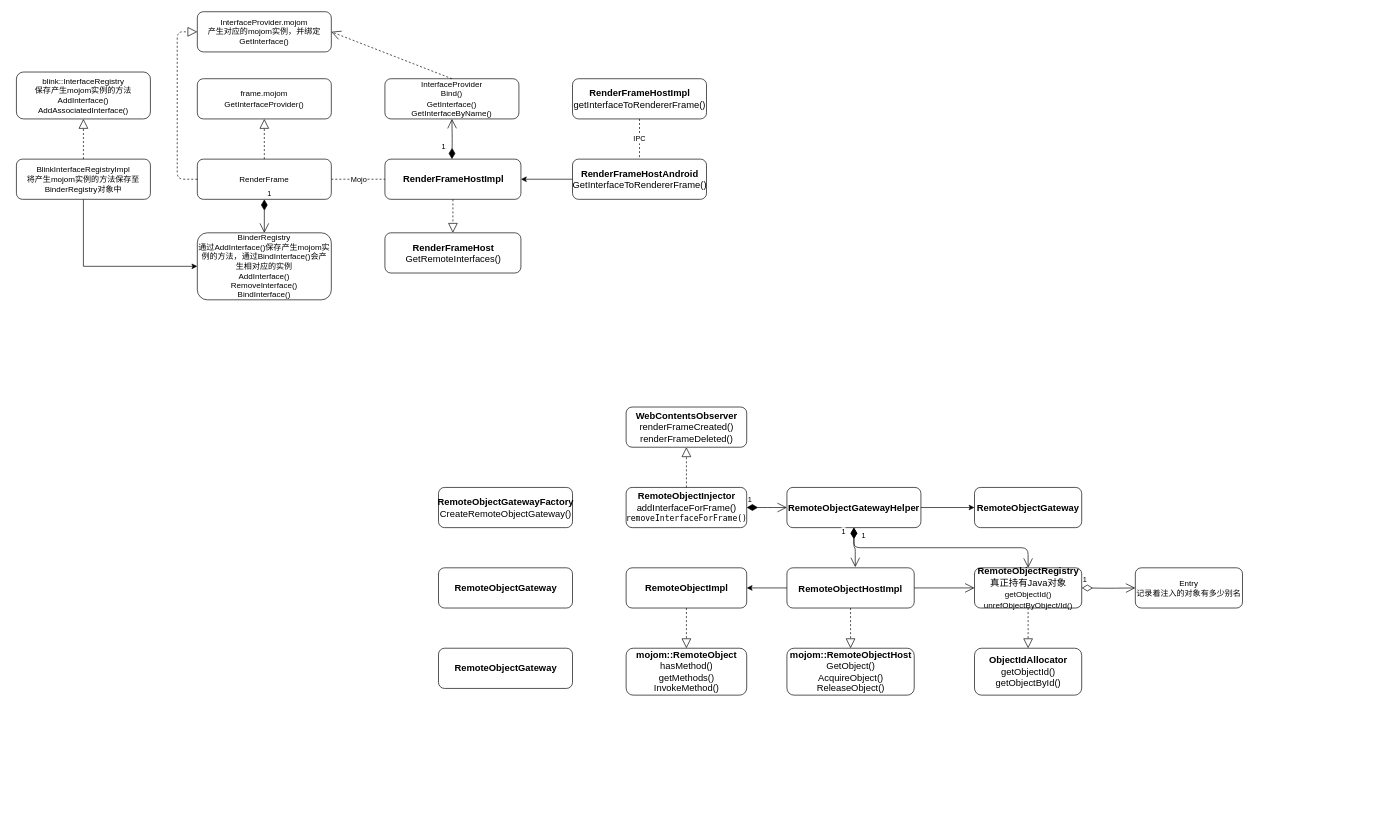
YuWeiCong/draw.io keeps this draw.io diagram as page "第 1 页" (1 of 15) of chromium/AddJavascriptInterface.drawio. Above is the earlier version. Source tidied: cells renumbered, new cells numbered last; positions are measured from the earlier drawing's top-left corner, leaving out a move shared by most shapes. Both pictures are drawn from the tidied source at 67%, with x=0, y=0 at pixel (16, 11).
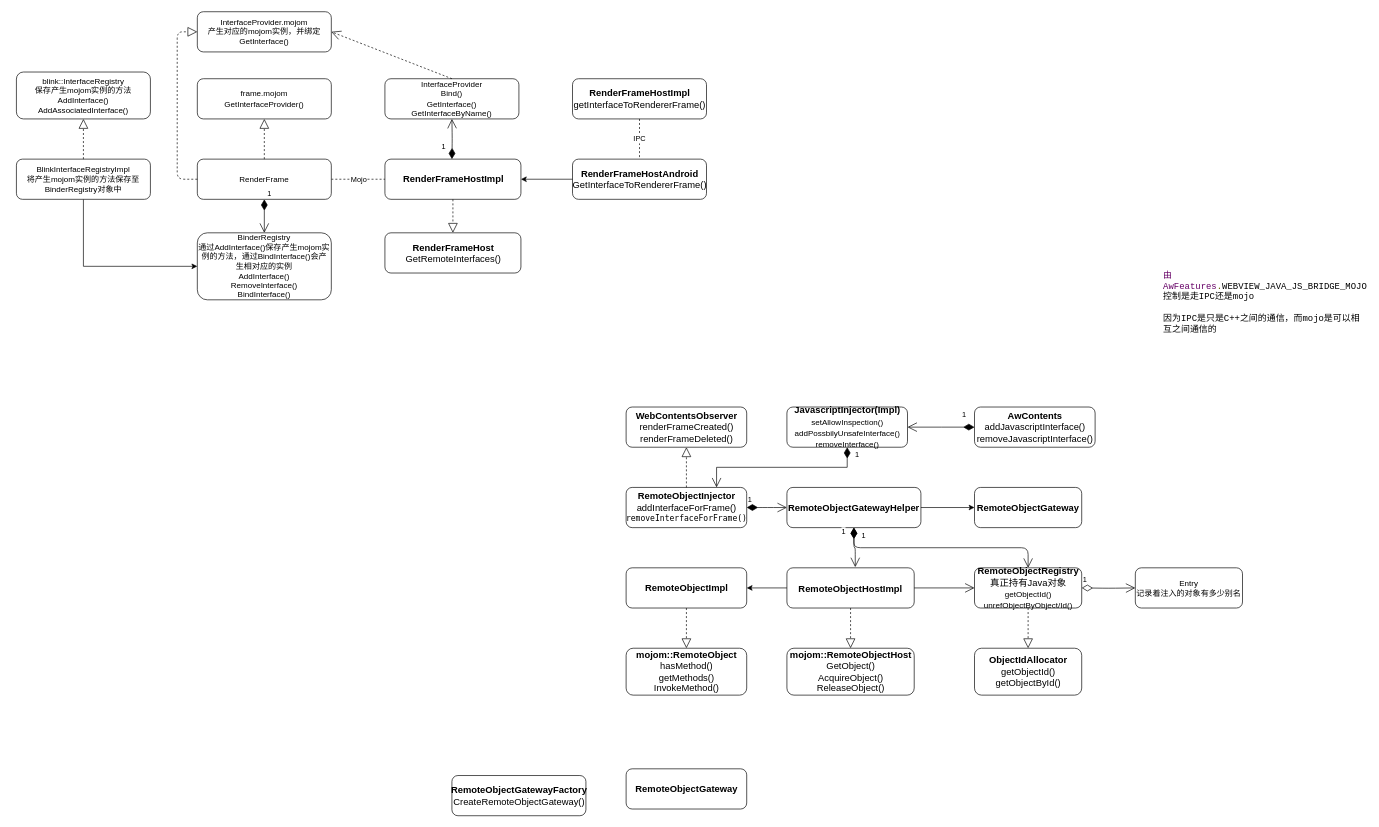
Above is the later version.

Unchanged cells that the change refers to:
```xml
<mxCell id="8" value="RemoteObjectInjector&lt;br&gt;&lt;span style=&quot;font-weight: normal&quot;&gt;addInterfaceForFrame()&lt;/span&gt;&lt;br&gt;&lt;div&gt;&lt;div style=&quot;font-family: &amp;#34;menlo&amp;#34; , &amp;#34;monaco&amp;#34; , &amp;#34;courier new&amp;#34; , monospace ; font-weight: normal ; font-size: 12px ; line-height: 18px&quot;&gt;removeInterfaceForFrame()&lt;/div&gt;&lt;/div&gt;" style="rounded=1;sketch=0;strokeWidth=1;fillColor=none;fontSize=14;labelBackgroundColor=none;fontStyle=1;html=1;" parent="1" vertex="1">
  <mxGeometry x="910" y="710" width="180" height="60" as="geometry" />
</mxCell>
```

Diff of the diagram source:
```diff
@@
     <mxCell id="49" value="RemoteObjectGatewayFactory&lt;br&gt;&lt;span style=&quot;font-weight: normal&quot;&gt;CreateRemoteObjectGateway()&lt;/span&gt;" style="rounded=1;sketch=0;strokeWidth=1;fillColor=none;fontSize=14;labelBackgroundColor=none;fontStyle=1;html=1;" parent="1" vertex="1">
-      <mxGeometry x="630" y="710" width="200" height="60" as="geometry" />
+      <mxGeometry x="650" y="1140" width="200" height="60" as="geometry" />
     </mxCell>
     <mxCell id="50" value="RemoteObjectGateway" style="rounded=1;sketch=0;strokeWidth=1;fillColor=none;fontSize=14;labelBackgroundColor=none;fontStyle=1;html=1;" parent="1" vertex="1">
-      <mxGeometry x="630" y="830" width="200" height="60" as="geometry" />
+      <mxGeometry x="910" y="1130" width="180" height="60" as="geometry" />
     </mxCell>
-    <mxCell id="51" value="RemoteObjectGateway" style="rounded=1;sketch=0;strokeWidth=1;fillColor=none;fontSize=14;labelBackgroundColor=none;fontStyle=1;html=1;" parent="1" vertex="1">
-      <mxGeometry x="630" y="950" width="200" height="60" as="geometry" />
-    </mxCell>
+    <mxCell id="52" value="&lt;span class=&quot;typ&quot; style=&quot;box-sizing: border-box ; margin: 0px ; padding: 0px ; color: rgb(102 , 0 , 102) ; font-family: &amp;#34;source code pro&amp;#34; , monospace ; font-size: 13.3333px ; font-style: normal ; font-weight: 400 ; letter-spacing: normal ; text-indent: 0px ; text-transform: none ; word-spacing: 0px ; background-color: rgb(255 , 255 , 255)&quot;&gt;由AwFeatures&lt;/span&gt;&lt;span class=&quot;pun&quot; style=&quot;box-sizing: border-box ; margin: 0px ; padding: 0px ; color: rgb(102 , 102 , 0) ; font-family: &amp;#34;source code pro&amp;#34; , monospace ; font-size: 13.3333px ; font-style: normal ; font-weight: 400 ; letter-spacing: normal ; text-indent: 0px ; text-transform: none ; word-spacing: 0px ; background-color: rgb(255 , 255 , 255)&quot;&gt;.&lt;/span&gt;&lt;span class=&quot;pln&quot; style=&quot;box-sizing: border-box ; margin: 0px ; padding: 0px ; color: rgb(0 , 0 , 0) ; font-family: &amp;#34;source code pro&amp;#34; , monospace ; font-size: 13.3333px ; font-style: normal ; font-weight: 400 ; letter-spacing: normal ; text-indent: 0px ; text-transform: none ; word-spacing: 0px ; background-color: rgb(255 , 255 , 255)&quot;&gt;WEBVIEW_JAVA_JS_BRIDGE_MOJO控制是走IPC还是mojo&lt;br&gt;&lt;br&gt;因为IPC是只是C++之间的通信，而mojo是可以相互之间通信的&lt;br&gt;&lt;/span&gt;" style="text;whiteSpace=wrap;html=1;" parent="1" vertex="1">
+      <mxGeometry x="1710" y="380" width="290" height="30" as="geometry" />
+    </mxCell>
+    <mxCell id="53" value="&lt;font style=&quot;font-weight: 400&quot;&gt;&lt;b&gt;JavascriptInjector(Impl)&lt;/b&gt;&lt;/font&gt;&lt;br style=&quot;font-size: 12px ; font-weight: 400&quot;&gt;&lt;span style=&quot;font-size: 12px ; font-weight: 400&quot;&gt;setAllowInspection()&lt;/span&gt;&lt;br style=&quot;font-size: 12px ; font-weight: 400&quot;&gt;&lt;span style=&quot;font-size: 12px ; font-weight: 400&quot;&gt;addPossbilyUnsafeInterface()&lt;/span&gt;&lt;br style=&quot;font-size: 12px ; font-weight: 400&quot;&gt;&lt;span style=&quot;font-size: 12px ; font-weight: 400&quot;&gt;removeInterface()&lt;/span&gt;" style="rounded=1;sketch=0;strokeWidth=1;fillColor=none;fontSize=14;fontColor=#000000;fontStyle=1;html=1;" parent="1" vertex="1">
+      <mxGeometry x="1150" y="590" width="180" height="60" as="geometry" />
+    </mxCell>
+    <mxCell id="54" value="AwContents&lt;br&gt;&lt;span style=&quot;font-weight: normal&quot;&gt;addJavascriptInterface()&lt;br&gt;removeJavascriptInterface()&lt;br&gt;&lt;/span&gt;" style="rounded=1;sketch=0;strokeWidth=1;fillColor=none;fontSize=14;fontColor=#000000;fontStyle=1;html=1;" parent="1" vertex="1">
+      <mxGeometry x="1430" y="590" width="180" height="60" as="geometry" />
+    </mxCell>
+    <mxCell id="55" value="1" style="endArrow=open;html=1;endSize=12;startArrow=diamondThin;startSize=14;startFill=1;edgeStyle=orthogonalEdgeStyle;align=left;verticalAlign=bottom;rounded=0;exitX=0;exitY=0.5;exitDx=0;exitDy=0;" parent="1" edge="1" source="54">
+      <mxGeometry x="-0.6" y="-10" relative="1" as="geometry">
+        <mxPoint x="1330" y="620" as="targetPoint" />
+      </mxGeometry>
+    </mxCell>
+    <mxCell id="56" value="1" style="endArrow=open;html=1;endSize=12;startArrow=diamondThin;startSize=14;startFill=1;edgeStyle=orthogonalEdgeStyle;align=left;verticalAlign=bottom;rounded=0;exitX=0.5;exitY=1;exitDx=0;exitDy=0;entryX=0.75;entryY=0;entryDx=0;entryDy=0;" parent="1" edge="1" source="53" target="8">
+      <mxGeometry x="-0.84" y="10" relative="1" as="geometry" />
+    </mxCell>
```
